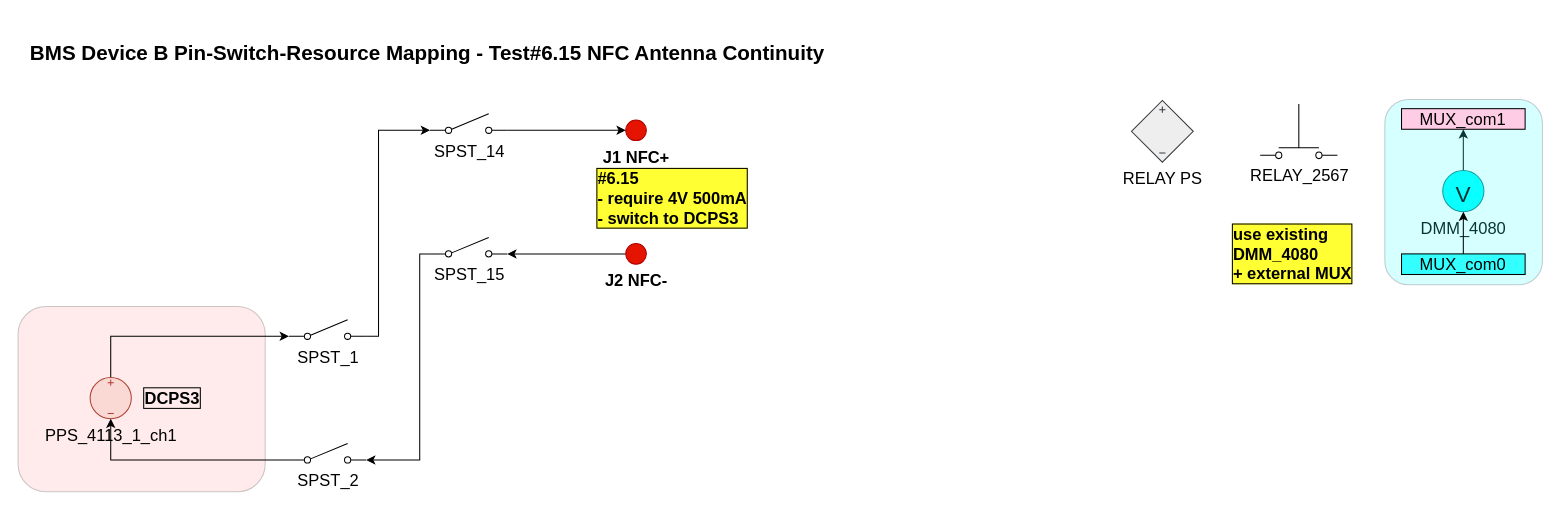
The draw.io diagram BMS_device_B_6p15.drawio in ktlim-xy/draw-io, before the edit. Source tidied: cells renumbered, new cells numbered last; positions are measured from the earlier drawing's top-left corner, leaving out a move shared by most shapes. Both pictures are drawn from the tidied source at 103%, with x=0, y=0 at pixel (18, 18).
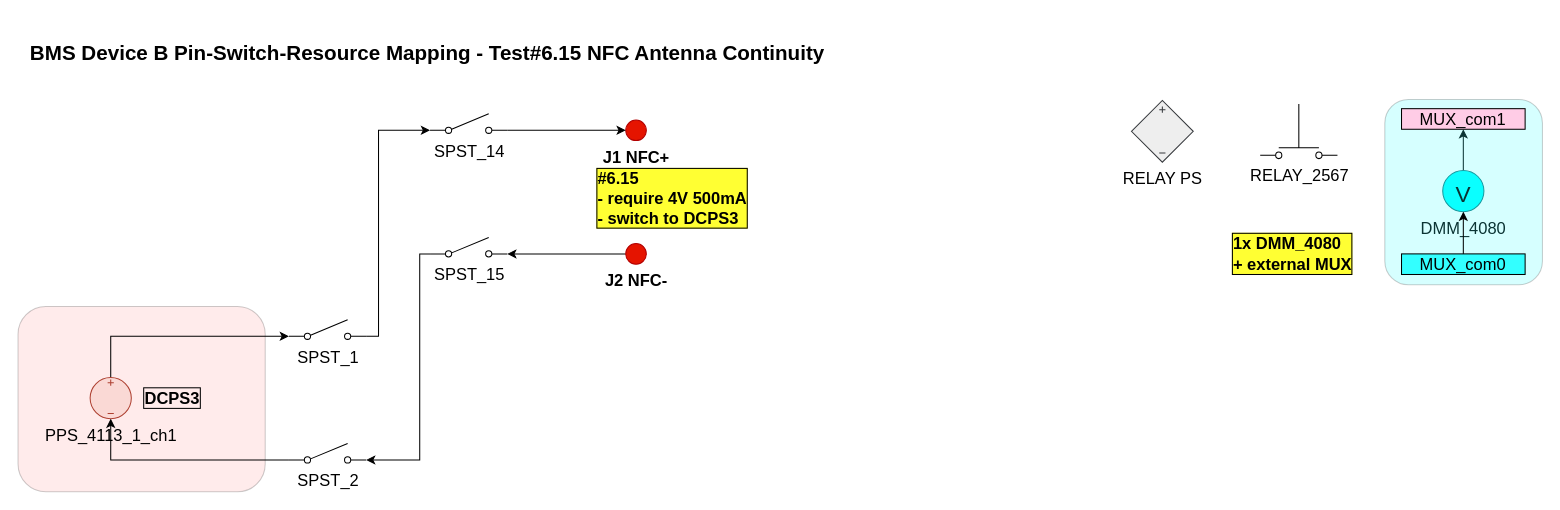
The same diagram, later.

Change to the diagram source:
```diff
@@
-    <mxCell id="23" value="use existing&lt;br&gt;DMM_4080&amp;nbsp;&lt;div&gt;+ external MUX&lt;/div&gt;" style="text;html=1;whiteSpace=wrap;strokeColor=none;fillColor=none;align=left;verticalAlign=middle;rounded=0;fontStyle=1;fontColor=#000000;fontSize=16;labelBorderColor=default;labelBackgroundColor=#FFFF33;" parent="1" vertex="1">
+    <mxCell id="23" value="1x DMM_4080&amp;nbsp;&lt;div&gt;+ external MUX&lt;/div&gt;" style="text;html=1;whiteSpace=wrap;strokeColor=none;fillColor=none;align=left;verticalAlign=middle;rounded=0;fontStyle=1;fontColor=#000000;fontSize=16;labelBorderColor=default;labelBackgroundColor=#FFFF33;" parent="1" vertex="1">
       <mxGeometry x="1177" y="200" width="160" height="58" as="geometry" />
     </mxCell>
```
